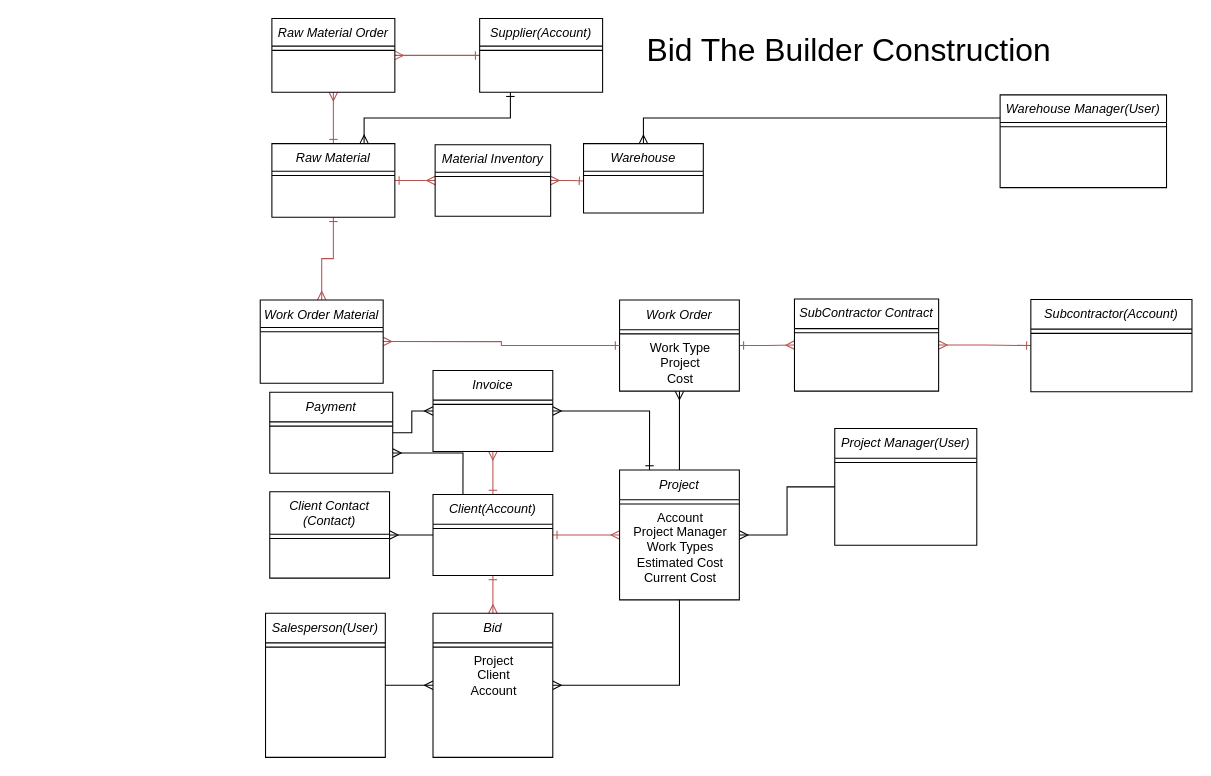
This is Bid-The-Builder/Untitled Diagram.drawio from Jmiccolo/Bid_The_Builder, a draw.io file, before an edit. Source tidied: cells renumbered, new cells numbered last; positions are measured from the earlier drawing's top-left corner, leaving out a move shared by most shapes. Both pictures are drawn from the tidied source at 106%, with x=0, y=0 at pixel (260, 18).
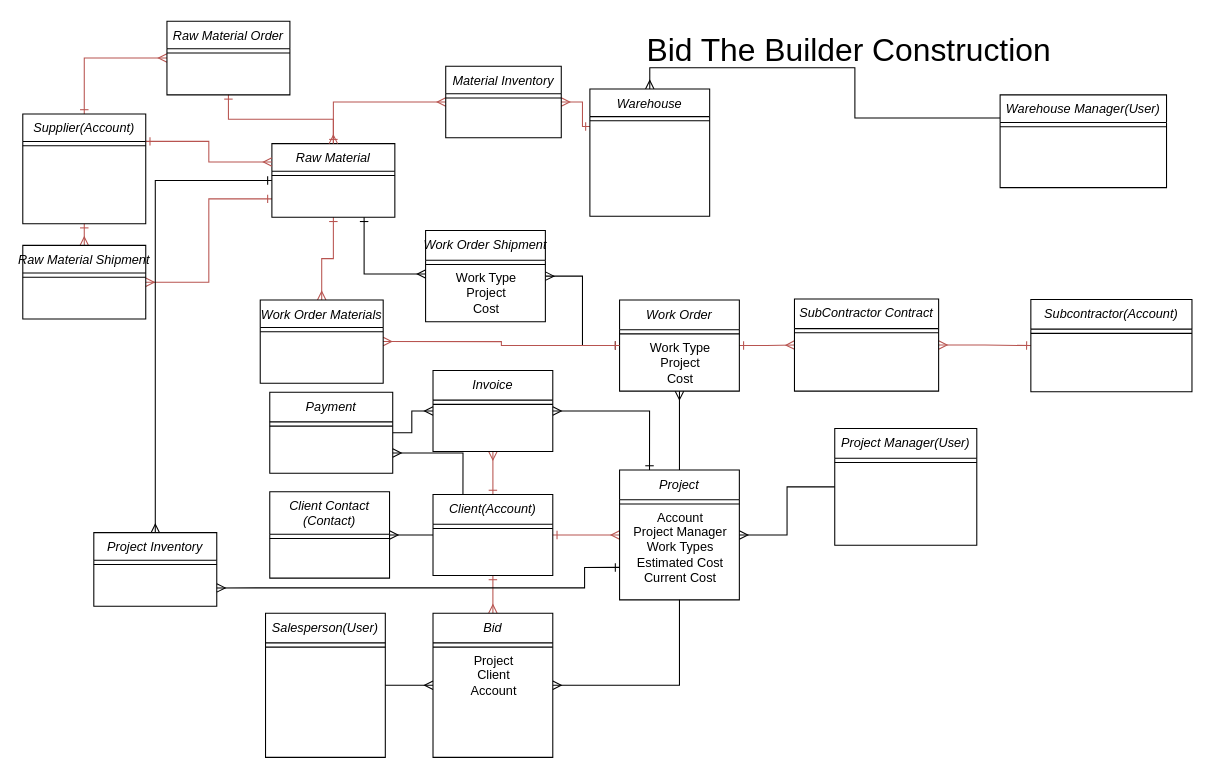
After the change.

Unchanged cells that the change refers to:
```xml
<mxCell id="8" value="Raw Material" style="swimlane;fontStyle=2;align=center;verticalAlign=top;horizontal=1;startSize=26;rounded=0;shadow=0;strokeWidth=1;" parent="1" vertex="1">
  <mxGeometry x="11" y="118" width="116" height="69.5" as="geometry" />
</mxCell>
<mxCell id="16" value="Project" style="swimlane;fontStyle=2;align=center;verticalAlign=top;horizontal=1;startSize=28;rounded=0;shadow=0;strokeWidth=1;" parent="1" vertex="1">
  <mxGeometry x="339" y="425.9" width="113" height="122.5" as="geometry" />
</mxCell>
<mxCell id="33" value="Work Order" style="swimlane;fontStyle=2;align=center;verticalAlign=top;horizontal=1;startSize=28;rounded=0;shadow=0;strokeWidth=1;" parent="1" vertex="1">
  <mxGeometry x="339" y="265.5" width="113" height="86" as="geometry" />
</mxCell>
```

What changed in the source:
```diff
@@
     <mxCell id="4" value="Material Inventory" style="swimlane;fontStyle=2;align=center;verticalAlign=top;horizontal=1;startSize=26;rounded=0;shadow=0;strokeWidth=1;" parent="1" vertex="1">
-      <mxGeometry x="165" y="119" width="109" height="67.5" as="geometry" />
+      <mxGeometry x="175" y="45" width="109" height="67.5" as="geometry" />
     </mxCell>
@@
-    <mxCell id="7" style="edgeStyle=orthogonalEdgeStyle;rounded=0;jettySize=auto;html=1;startArrow=ERmany;startFill=0;endArrow=ERone;endFill=0;fillColor=#f8cecc;strokeColor=#b85450;" parent="1" edge="1" source="56" target="8">
-      <mxGeometry relative="1" as="geometry" />
-    </mxCell>
+    <mxCell id="63" style="edgeStyle=orthogonalEdgeStyle;rounded=0;jettySize=auto;html=1;exitX=0;exitY=0.75;exitDx=0;exitDy=0;entryX=1;entryY=0.5;entryDx=0;entryDy=0;startArrow=ERone;startFill=0;endArrow=ERmany;endFill=0;fillColor=#f8cecc;strokeColor=#b85450;" parent="1" edge="1" source="8" target="68">
+      <mxGeometry relative="1" as="geometry" />
+    </mxCell>
+    <mxCell id="64" style="edgeStyle=orthogonalEdgeStyle;rounded=0;jettySize=auto;html=1;exitX=0.75;exitY=1;exitDx=0;exitDy=0;entryX=0.002;entryY=0.109;entryDx=0;entryDy=0;entryPerimeter=0;startArrow=ERone;startFill=0;endArrow=ERmany;endFill=0;" parent="1" edge="1" source="8" target="72">
+      <mxGeometry relative="1" as="geometry" />
+    </mxCell>
+    <mxCell id="65" style="edgeStyle=orthogonalEdgeStyle;rounded=0;jettySize=auto;html=1;startArrow=ERone;startFill=0;endArrow=ERmany;endFill=0;" parent="1" edge="1" source="8" target="74">
+      <mxGeometry relative="1" as="geometry" />
+    </mxCell>
@@
     <mxCell id="20" value="Warehouse" style="swimlane;fontStyle=2;align=center;verticalAlign=top;horizontal=1;startSize=26;rounded=0;shadow=0;strokeWidth=1;" parent="1" vertex="1">
-      <mxGeometry x="305" y="118" width="113" height="65.5" as="geometry" />
+      <mxGeometry x="311" y="66.5" width="113" height="120" as="geometry" />
     </mxCell>
@@
+    <mxCell id="66" style="edgeStyle=orthogonalEdgeStyle;rounded=0;jettySize=auto;html=1;startArrow=ERone;startFill=0;endArrow=ERmany;endFill=0;" parent="1" edge="1" source="33" target="70">
+      <mxGeometry relative="1" as="geometry" />
+    </mxCell>
@@
-    <mxCell id="40" value="Work Order Material" style="swimlane;fontStyle=2;align=center;verticalAlign=top;horizontal=1;startSize=26;rounded=0;shadow=0;strokeWidth=1;" parent="1" vertex="1">
+    <mxCell id="40" value="Work Order Materials" style="swimlane;fontStyle=2;align=center;verticalAlign=top;horizontal=1;startSize=26;rounded=0;shadow=0;strokeWidth=1;" parent="1" vertex="1">
       <mxGeometry y="265.5" width="116" height="78.5" as="geometry" />
     </mxCell>
@@
-    <mxCell id="55" style="edgeStyle=orthogonalEdgeStyle;rounded=0;jettySize=auto;html=1;startArrow=ERmany;startFill=0;endArrow=ERone;endFill=0;fillColor=#f8cecc;strokeColor=#b85450;" parent="1" edge="1" source="56" target="59">
+    <mxCell id="55" style="edgeStyle=orthogonalEdgeStyle;rounded=0;jettySize=auto;html=1;startArrow=ERone;startFill=0;endArrow=ERmany;endFill=0;exitX=0.5;exitY=0;exitDx=0;exitDy=0;entryX=0;entryY=0.5;entryDx=0;entryDy=0;fillColor=#f8cecc;strokeColor=#b85450;" parent="1" edge="1" source="59" target="56">
       <mxGeometry relative="1" as="geometry" />
     </mxCell>
+    <mxCell id="7" style="edgeStyle=orthogonalEdgeStyle;rounded=0;jettySize=auto;html=1;startArrow=ERone;startFill=0;endArrow=ERmany;endFill=0;entryX=0.5;entryY=0;entryDx=0;entryDy=0;fillColor=#f8cecc;strokeColor=#b85450;" parent="1" edge="1" source="56" target="8">
+      <mxGeometry relative="1" as="geometry" />
+    </mxCell>
     <mxCell id="56" value="Raw Material Order" style="swimlane;fontStyle=2;align=center;verticalAlign=top;horizontal=1;startSize=26;rounded=0;shadow=0;strokeWidth=1;" parent="1" vertex="1">
-      <mxGeometry x="11" width="116" height="69.5" as="geometry" />
+      <mxGeometry x="-88" y="2.5" width="116" height="69.5" as="geometry" />
     </mxCell>
@@
-    <mxCell id="58" style="edgeStyle=orthogonalEdgeStyle;rounded=0;jettySize=auto;html=1;exitX=0.75;exitY=0;exitDx=0;exitDy=0;entryX=0.25;entryY=1;entryDx=0;entryDy=0;startArrow=ERmany;startFill=0;endArrow=ERone;endFill=0;" parent="1" edge="1" source="8" target="59">
+    <mxCell id="58" style="edgeStyle=orthogonalEdgeStyle;rounded=0;jettySize=auto;html=1;exitX=0;exitY=0.25;exitDx=0;exitDy=0;entryX=1;entryY=0.25;entryDx=0;entryDy=0;startArrow=ERmany;startFill=0;endArrow=ERone;endFill=0;fillColor=#f8cecc;strokeColor=#b85450;" parent="1" edge="1" source="8" target="59">
       <mxGeometry relative="1" as="geometry" />
     </mxCell>
+    <mxCell id="67" style="edgeStyle=orthogonalEdgeStyle;rounded=0;jettySize=auto;html=1;endArrow=ERmany;endFill=0;startArrow=ERone;startFill=0;fillColor=#f8cecc;strokeColor=#b85450;" parent="1" edge="1" source="59" target="68">
+      <mxGeometry relative="1" as="geometry" />
+    </mxCell>
     <mxCell id="59" value="Supplier(Account)" style="swimlane;fontStyle=2;align=center;verticalAlign=top;horizontal=1;startSize=26;rounded=0;shadow=0;strokeWidth=1;" parent="1" vertex="1">
-      <mxGeometry x="207" width="116" height="69.5" as="geometry" />
+      <mxGeometry x="-224" y="90" width="116" height="103.5" as="geometry" />
     </mxCell>
@@
+    <mxCell id="68" value="Raw Material Shipment" style="swimlane;fontStyle=2;align=center;verticalAlign=top;horizontal=1;startSize=26;rounded=0;shadow=0;strokeWidth=1;" parent="1" vertex="1">
+      <mxGeometry x="-224" y="214" width="116" height="69.5" as="geometry" />
+    </mxCell>
+    <mxCell id="69" style="line;html=1;strokeWidth=1;align=left;verticalAlign=middle;spacingTop=-1;spacingLeft=3;spacingRight=3;labelPosition=right;" parent="68" vertex="1">
+      <mxGeometry y="26" width="116" height="8" as="geometry" />
+    </mxCell>
+    <mxCell id="70" value="Work Order Shipment" style="swimlane;fontStyle=2;align=center;verticalAlign=top;horizontal=1;startSize=28;rounded=0;shadow=0;strokeWidth=1;" parent="1" vertex="1">
+      <mxGeometry x="156" y="200" width="113" height="86" as="geometry" />
+    </mxCell>
+    <mxCell id="71" style="line;html=1;strokeWidth=1;align=left;verticalAlign=middle;spacingTop=-1;spacingLeft=3;spacingRight=3;labelPosition=right;" parent="70" vertex="1">
+      <mxGeometry y="28" width="113" height="8" as="geometry" />
+    </mxCell>
+    <mxCell id="72" value="Work Type&lt;br&gt;Project&lt;br&gt;Cost" style="text;html=1;align=center;verticalAlign=middle;points=[];" parent="70" vertex="1">
+      <mxGeometry y="36" width="113" height="46" as="geometry" />
+    </mxCell>
+    <mxCell id="73" style="edgeStyle=orthogonalEdgeStyle;rounded=0;jettySize=auto;html=1;startArrow=ERone;startFill=0;endArrow=ERmany;endFill=0;entryX=1;entryY=0.75;entryDx=0;entryDy=0;exitX=0;exitY=0.75;exitDx=0;exitDy=0;" parent="1" edge="1" source="16" target="74">
+      <mxGeometry relative="1" as="geometry">
+        <Array as="points">
+          <mxPoint x="306" y="518" />
+          <mxPoint x="306" y="537" />
+        </Array>
+      </mxGeometry>
+    </mxCell>
+    <mxCell id="74" value="Project Inventory" style="swimlane;fontStyle=2;align=center;verticalAlign=top;horizontal=1;startSize=26;rounded=0;shadow=0;strokeWidth=1;" parent="1" vertex="1">
+      <mxGeometry x="-157" y="485" width="116" height="69.5" as="geometry" />
+    </mxCell>
+    <mxCell id="75" style="line;html=1;strokeWidth=1;align=left;verticalAlign=middle;spacingTop=-1;spacingLeft=3;spacingRight=3;labelPosition=right;" parent="74" vertex="1">
+      <mxGeometry y="26" width="116" height="8" as="geometry" />
+    </mxCell>
```
